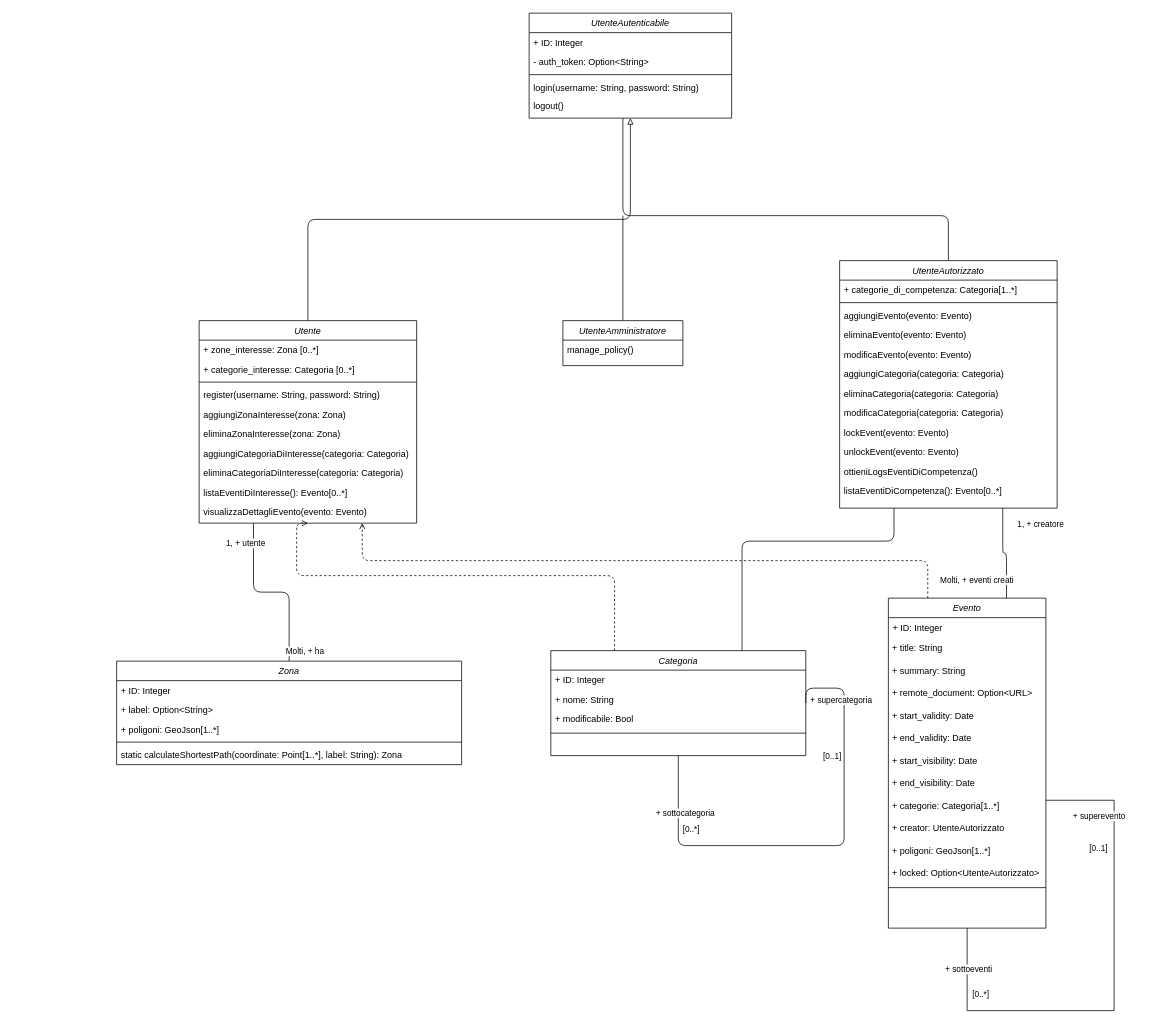
This is Deliverable-2/ClassDiagram_New.drawio from ELI20ZIVI/BeeLive, a draw.io file, before an edit. Source tidied: cells renumbered, new cells numbered last; positions are measured from the earlier drawing's top-left corner, leaving out a move shared by most shapes. Both pictures are drawn from the tidied source at 75%, with x=0, y=0 at pixel (13, 13).
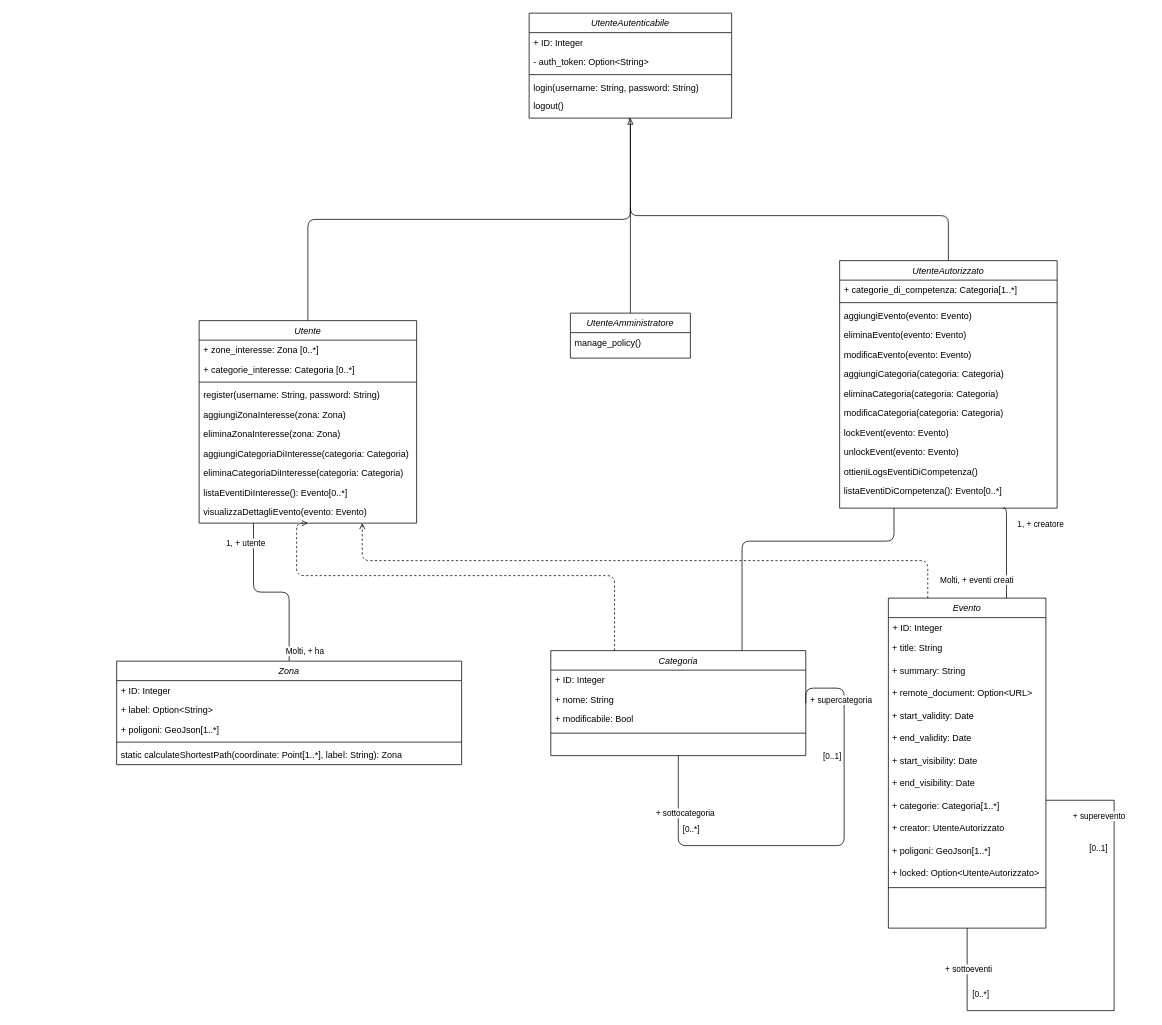
Above is the later version.

Unchanged cells that the change refers to:
```xml
<mxCell id="4" value="Utente" style="swimlane;fontStyle=2;align=center;verticalAlign=top;horizontal=1;startSize=26;rounded=0;shadow=0;strokeWidth=1;" parent="1" vertex="1">
  <mxGeometry x="248" y="410" width="290" height="270" as="geometry" />
</mxCell>
<mxCell id="18" value="UtenteAutenticabile" style="swimlane;fontStyle=2;align=center;verticalAlign=top;horizontal=1;startSize=26;rounded=0;shadow=0;strokeWidth=1;" parent="1" vertex="1">
  <mxGeometry x="688" width="270" height="140" as="geometry" />
</mxCell>
<mxCell id="23" value="logout()" style="text;align=left;verticalAlign=top;spacingLeft=4;spacingRight=4;overflow=hidden;points=[[0,0.5],[1,0.5]];portConstraint=eastwest;" parent="18" vertex="1">
  <mxGeometry y="110" width="270" height="30" as="geometry" />
</mxCell>
<mxCell id="25" value="UtenteAutorizzato" style="swimlane;fontStyle=2;align=center;verticalAlign=top;horizontal=1;startSize=26;rounded=0;shadow=0;strokeWidth=1;" parent="1" vertex="1">
  <mxGeometry x="1102" y="330" width="290" height="330" as="geometry" />
</mxCell>
<mxCell id="40" value="Evento" style="swimlane;fontStyle=2;align=center;verticalAlign=top;horizontal=1;startSize=26;rounded=0;shadow=0;strokeWidth=1;" parent="1" vertex="1">
  <mxGeometry x="1167" y="780" width="210" height="440" as="geometry" />
</mxCell>
```

Diff of the diagram source:
```diff
@@
     <mxCell id="2" style="edgeStyle=orthogonalEdgeStyle;rounded=1;jettySize=auto;html=1;exitX=0.5;exitY=0;exitDx=0;exitDy=0;entryX=0.5;entryY=1;entryDx=0;entryDy=0;endArrow=block;endFill=0;curved=0;" parent="1" edge="1" source="4" target="18">
-      <mxGeometry relative="1" as="geometry" />
+      <mxGeometry relative="1" as="geometry">
+        <Array as="points">
+          <mxPoint x="393" y="275" />
+          <mxPoint x="823" y="275" />
+        </Array>
+      </mxGeometry>
     </mxCell>
@@
     <mxCell id="15" style="edgeStyle=orthogonalEdgeStyle;rounded=1;jettySize=auto;html=1;exitX=0.5;exitY=0;exitDx=0;exitDy=0;endArrow=none;endFill=0;curved=0;" parent="1" edge="1" source="16">
       <mxGeometry relative="1" as="geometry">
-        <mxPoint x="813" y="270" as="targetPoint" />
+        <mxPoint x="823" y="260" as="targetPoint" />
       </mxGeometry>
     </mxCell>
     <mxCell id="16" value="UtenteAmministratore" style="swimlane;fontStyle=2;align=center;verticalAlign=top;horizontal=1;startSize=26;rounded=0;shadow=0;strokeWidth=1;" parent="1" vertex="1">
-      <mxGeometry x="733" y="410" width="160" height="60" as="geometry" />
+      <mxGeometry x="743" y="400" width="160" height="60" as="geometry" />
     </mxCell>
@@
-    <mxCell id="24" style="edgeStyle=orthogonalEdgeStyle;rounded=1;jettySize=auto;html=1;exitX=0.5;exitY=0;exitDx=0;exitDy=0;endArrow=none;endFill=0;curved=0;" parent="1" edge="1" source="25">
+    <mxCell id="24" style="edgeStyle=orthogonalEdgeStyle;rounded=1;jettySize=auto;html=1;exitX=0.5;exitY=0;exitDx=0;exitDy=0;endArrow=none;endFill=0;curved=0;entryX=0.493;entryY=1.059;entryDx=0;entryDy=0;entryPerimeter=0;" parent="1" edge="1" source="25" target="23">
       <mxGeometry relative="1" as="geometry">
-        <mxPoint x="813" y="140" as="targetPoint" />
         <Array as="points">
           <mxPoint x="1247" y="270" />
-          <mxPoint x="813" y="270" />
+          <mxPoint x="823" y="270" />
+          <mxPoint x="823" y="140" />
+          <mxPoint x="821" y="140" />
         </Array>
       </mxGeometry>
     </mxCell>
@@
     <mxCell id="39" style="edgeStyle=orthogonalEdgeStyle;rounded=1;jettySize=auto;html=1;exitX=0.75;exitY=0;exitDx=0;exitDy=0;entryX=0.75;entryY=1;entryDx=0;entryDy=0;curved=0;endArrow=none;endFill=0;" parent="1" edge="1" source="40" target="25">
-      <mxGeometry relative="1" as="geometry" />
+      <mxGeometry relative="1" as="geometry">
+        <Array as="points">
+          <mxPoint x="1325" y="660" />
+        </Array>
+      </mxGeometry>
     </mxCell>
```
